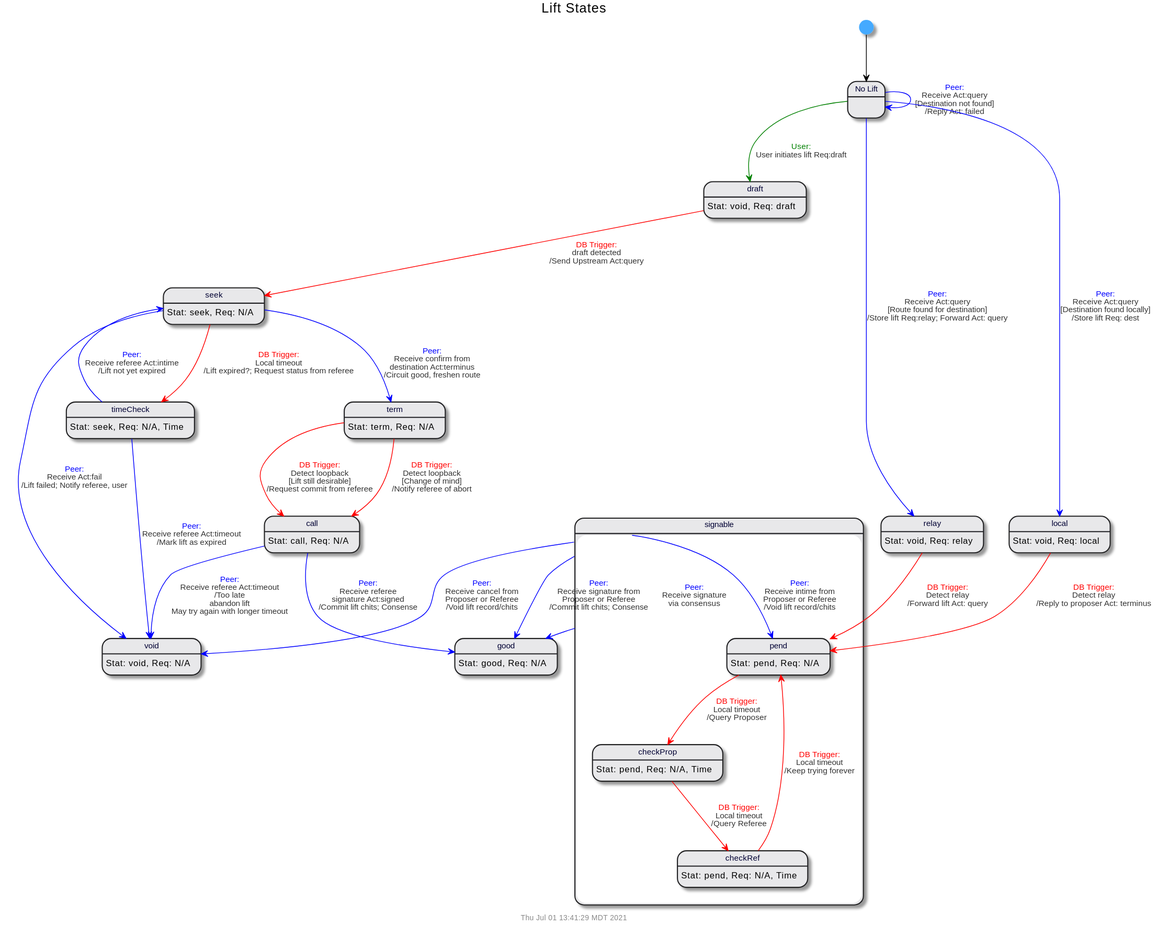
gotchoices/MyCHIPs keeps this PlantUML diagram as doc/uml/state-lift.svg. Above is the earlier version.
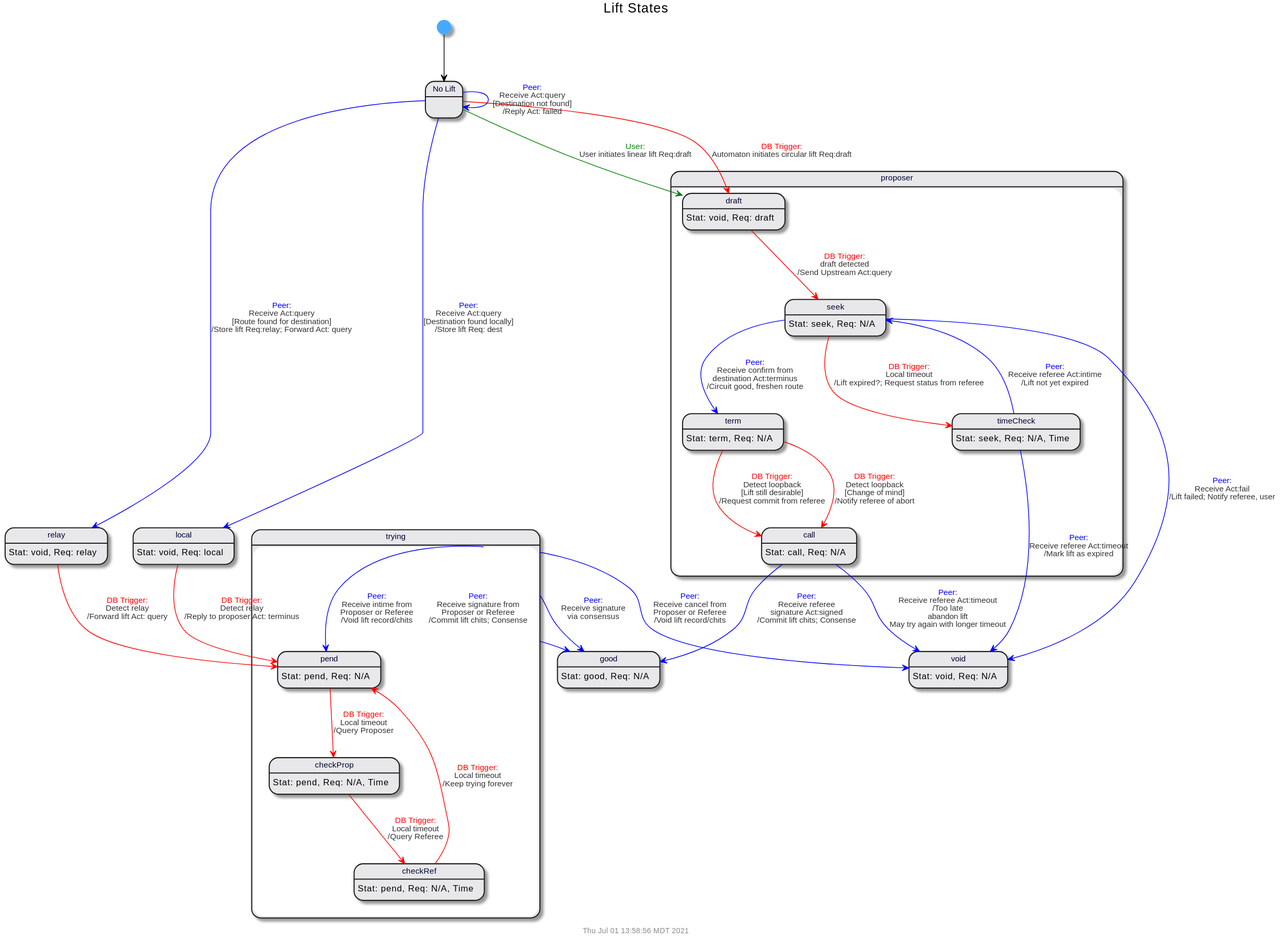
After the commit.

Commit message:
Better state grouping

Change to the diagram source:
```diff
@@ -5,13 +5,17 @@
 [*] --> none
 state "No Lift" as none
 
+state proposer {
 draft: Stat: void, Req: draft
 seek:  Stat: seek, Req: N/A
 term:  Stat: term, Req: N/A
 call:  Stat: call, Req: N/A
+timeCheck:  Stat: seek, Req: N/A, Time
+}
+
 good:  Stat: good, Req: N/A
 
-state signable {
+state trying {
   pend:  Stat: pend, Req: N/A
   checkProp:  Stat: pend, Req: N/A, Time
   checkRef:  Stat: pend, Req: N/A, Time
@@ -19,9 +23,9 @@
 void:  Stat: void, Req: N/A
 local:  Stat: void, Req: local
 relay:  Stat: void, Req: relay
-timeCheck:  Stat: seek, Req: N/A, Time
 
-none -[$user]-> draft: $trans($user,User initiates lift Req:draft,'')
+none -[$user]-> draft: $trans($user,User initiates linear lift Req:draft,'')
+none -[$db]-> draft: $trans($db,Automaton initiates circular lift Req:draft,'')
 draft -[$db]-> seek: $trans($db,draft detected,'',Send Upstream Act:query)
 
 seek -[$peer]-> void: $trans($peer,Receive Act:fail,'','Lift failed; Notify referee, user')
@@ -41,13 +45,13 @@
 none -[$peer]-> local: $trans($peer,Receive Act:query,Destination found locally, 'Store lift Req: dest')
 local -[$db]-> pend: $trans($db,Detect relay,'', Reply to proposer Act: terminus)
 
-signable -[$peer]-> good: $trans($peer,'Receive signature\nvia consensus')
+trying -[$peer]-> good: $trans($peer,'Receive signature\nvia consensus')
 pend -[$db]-> checkProp: $trans($db,Local timeout,'', Query Proposer)
 checkProp -[$db]-> checkRef: $trans($db,Local timeout,'', Query Referee)
 checkRef -[$db]-> pend: $trans($db,Local timeout,'', Keep trying forever)
 
-signable -[$peer]-> good: $trans($peer,'Receive signature from\nProposer or Referee','', 'Commit lift chits; Consense')
-signable -[$peer]-> void: $trans($peer,'Receive cancel from\nProposer or Referee','', 'Void lift record/chits')
-signable -[$peer]-> pend: $trans($peer,'Receive intime from\nProposer or Referee','', 'Void lift record/chits')
+trying -[$peer]-> good: $trans($peer,'Receive signature from\nProposer or Referee','', 'Commit lift chits; Consense')
+trying -[$peer]-> void: $trans($peer,'Receive cancel from\nProposer or Referee','', 'Void lift record/chits')
+trying -[$peer]-> pend: $trans($peer,'Receive intime from\nProposer or Referee','', 'Void lift record/chits')
 
 @enduml
```
